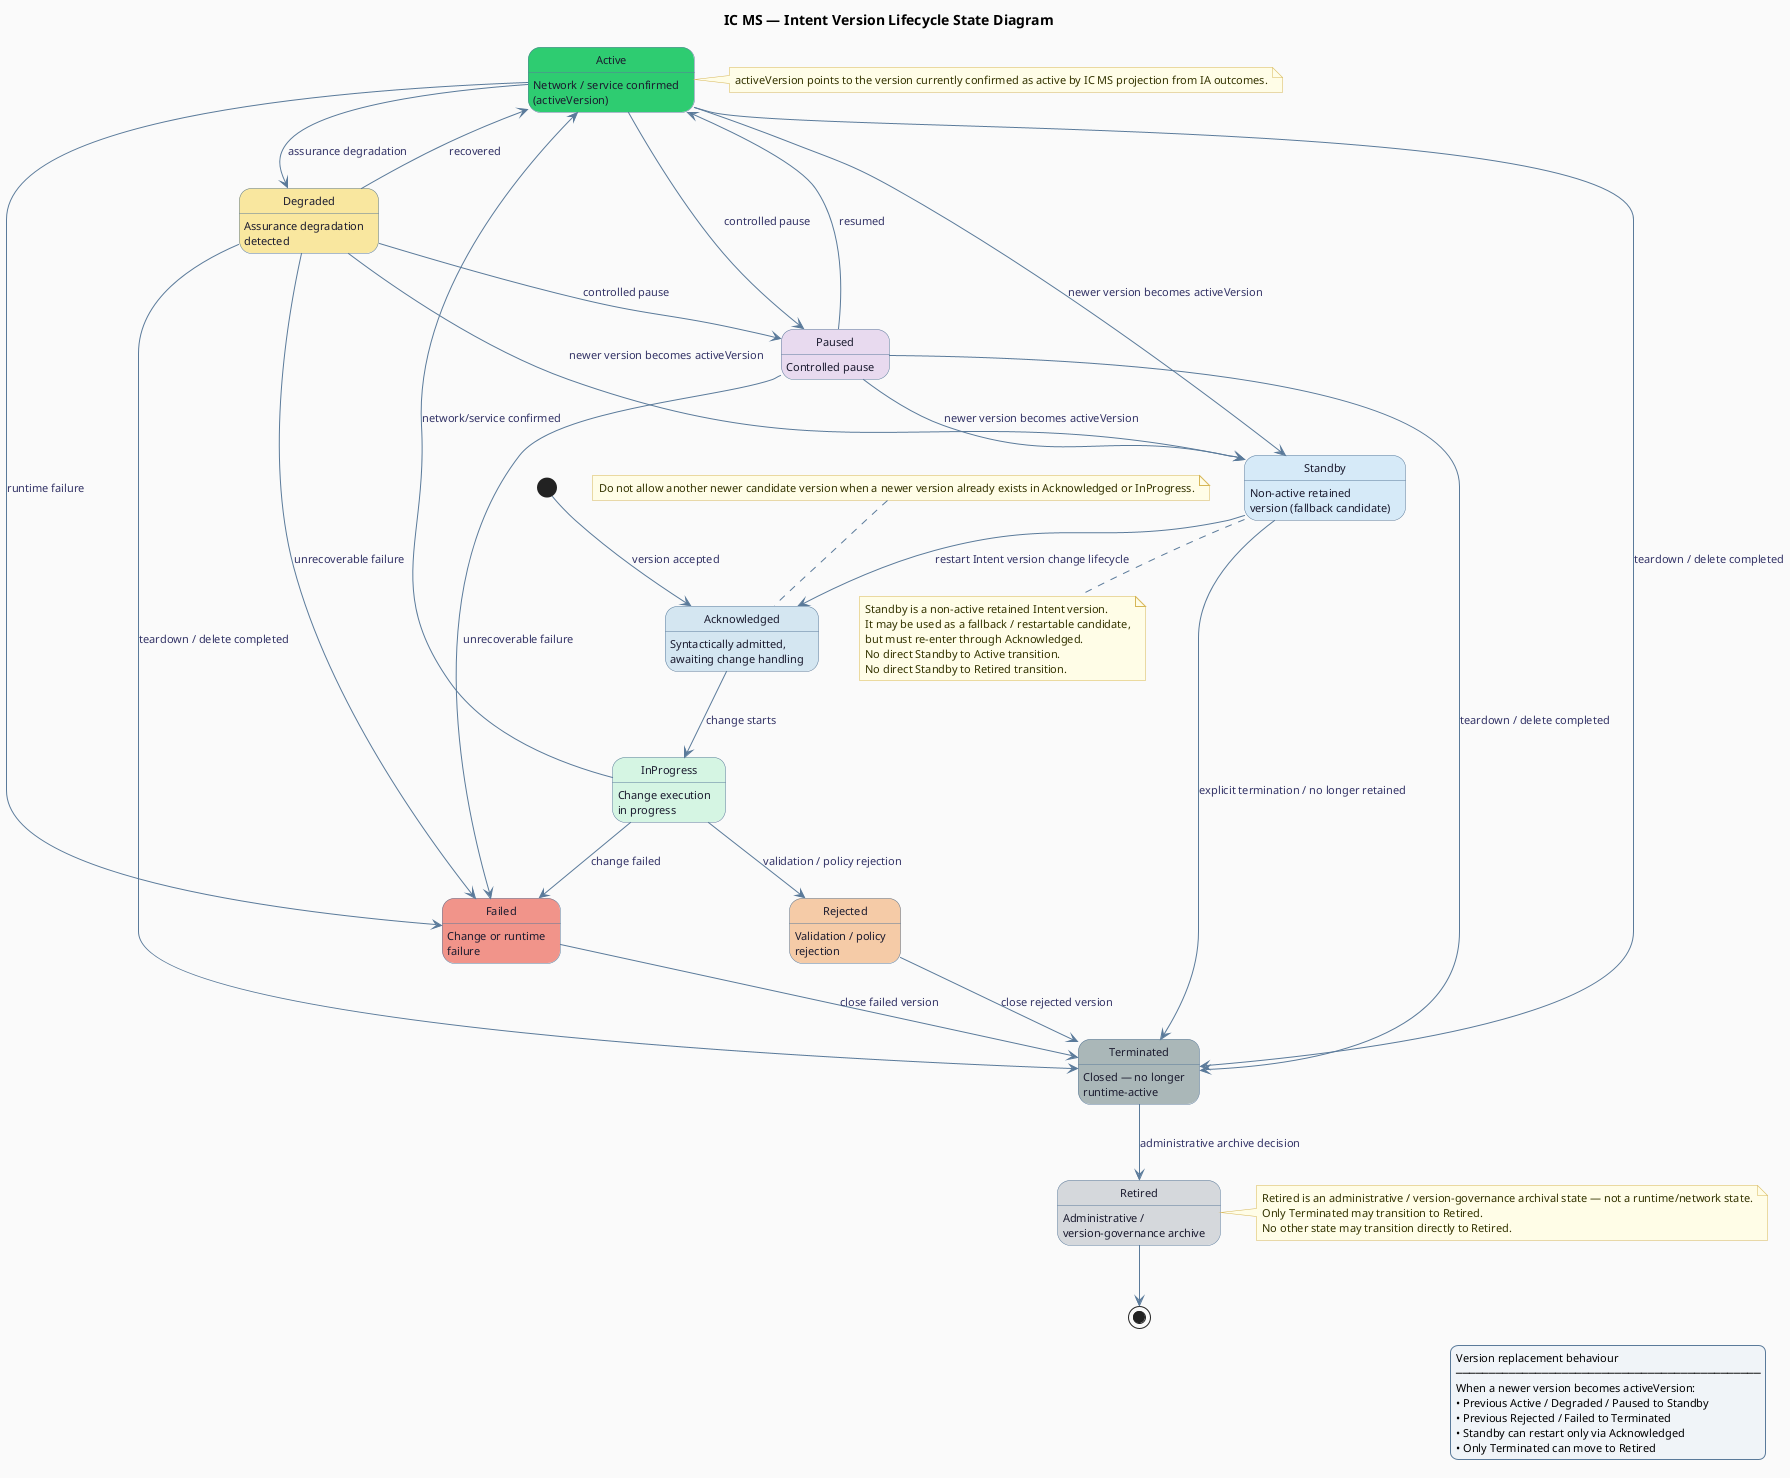
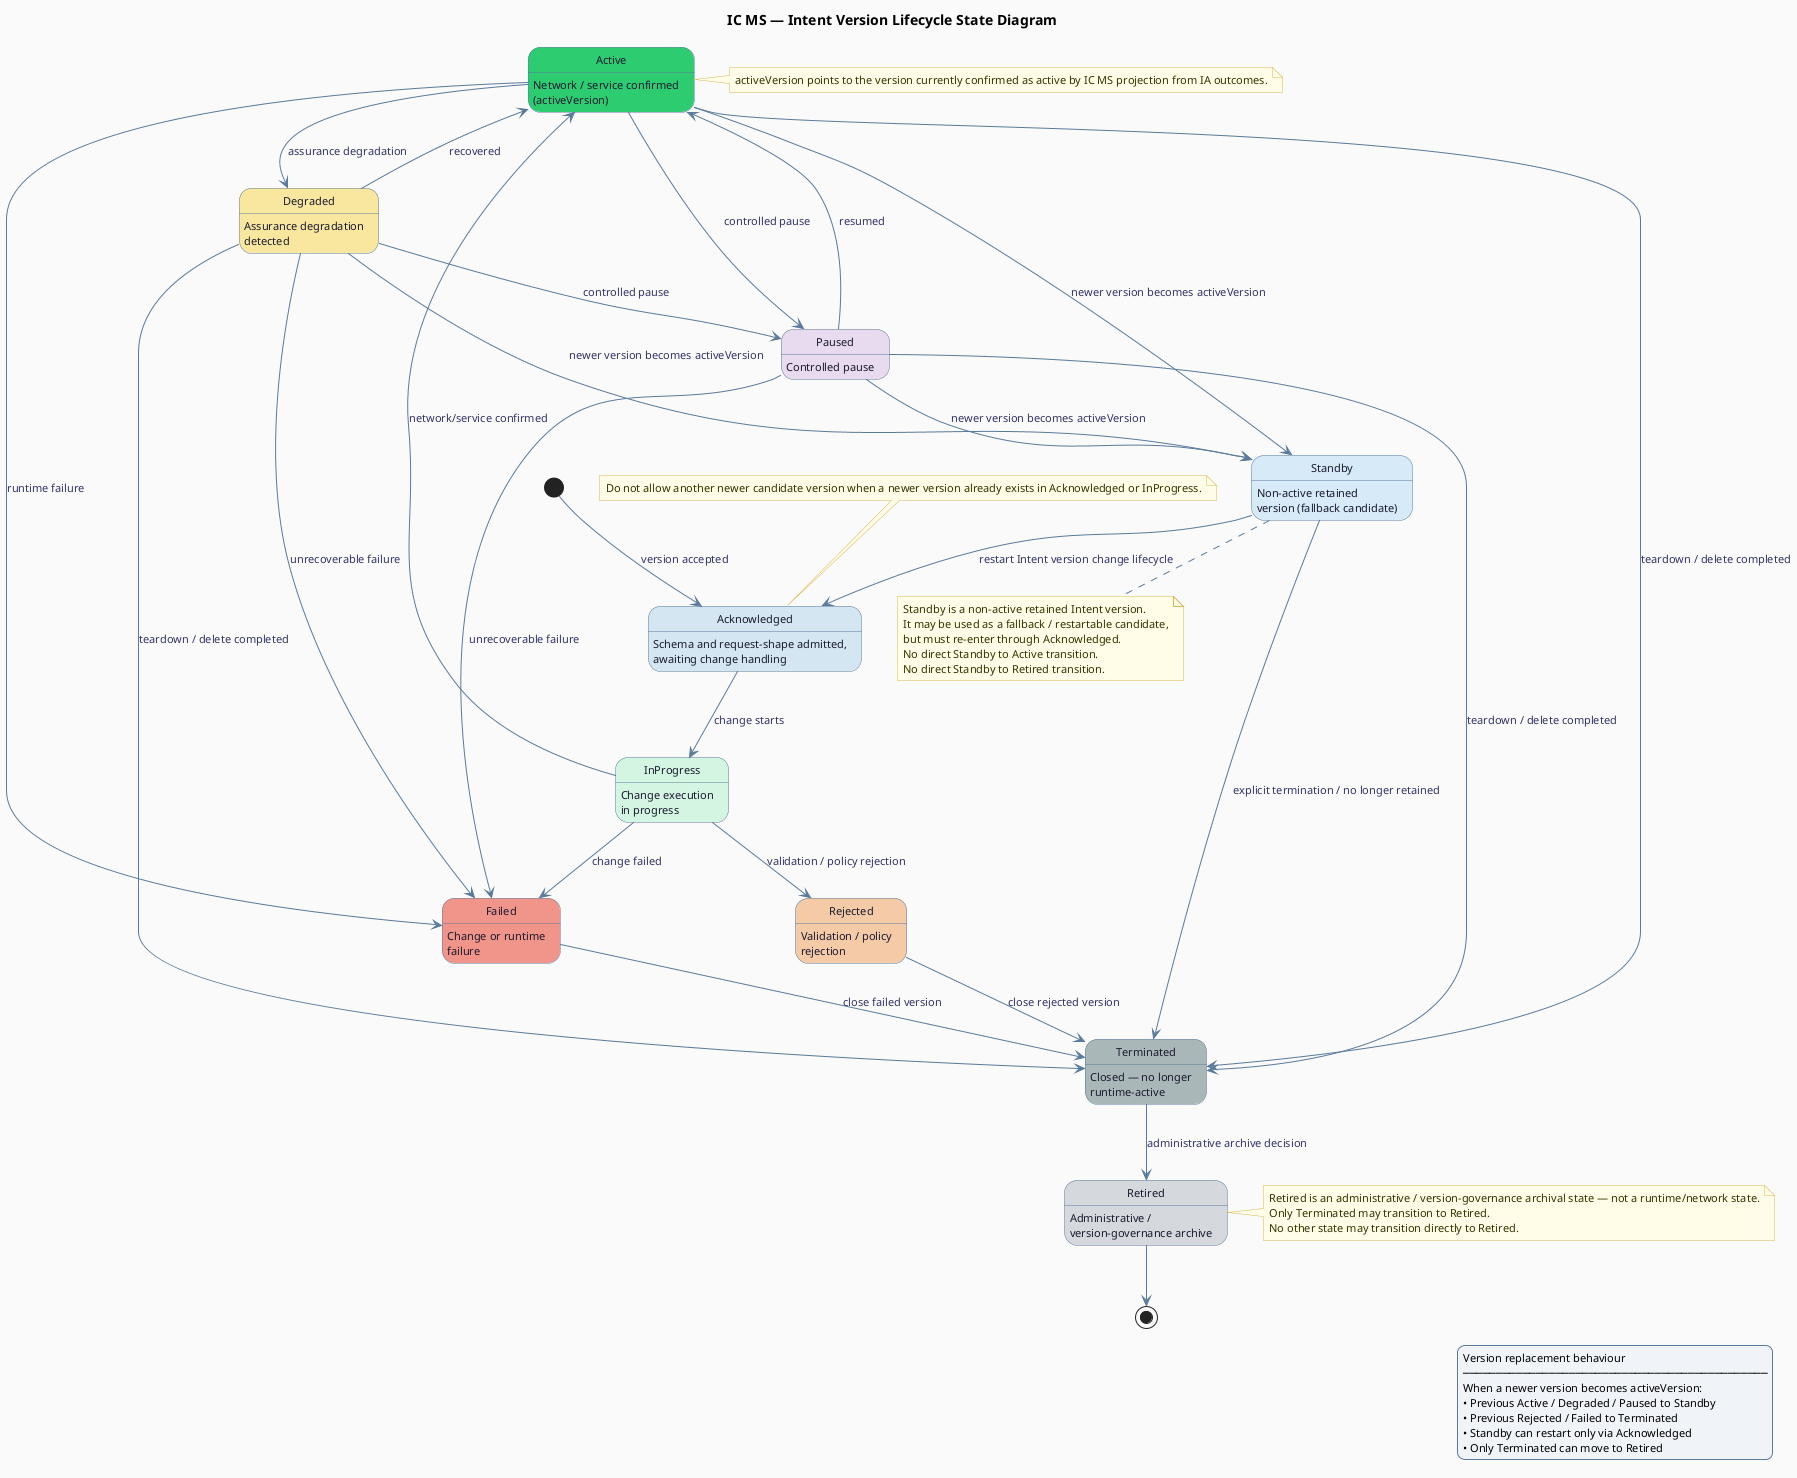
@startuml
' IC MS Intent Version Lifecycle State Diagram
hide empty description

skinparam shadowing false
skinparam backgroundColor #FAFAFA
skinparam state {
  BackgroundColor #FFFFFF
  BorderColor #5a7a9a
  FontSize 12
  FontColor #1a1a2e
  ArrowColor #5a7a9a
  ArrowFontSize 11
  ArrowFontColor #333366
  AttributeFontSize 11
}
skinparam note {
  BackgroundColor #fffde7
  BorderColor #d6b656
  FontSize 11
  FontColor #333300
}
skinparam legend {
  BackgroundColor #f0f4f8
  BorderColor #5a7a9a
  FontSize 11
}

title IC MS — Intent Version Lifecycle State Diagram

' ── Entry ──────────────────────────────────────────────────────────────────
[*] --> Acknowledged : version accepted

' ── States ────────────────────────────────────────────────────────────────
- state Acknowledged #d4e6f1 : Syntactically admitted,\nawaiting change handling
+ state Acknowledged #d4e6f1 : Schema and request-shape admitted,\nawaiting change handling
state InProgress #d5f5e3 : Change execution\nin progress
state Active #2ecc71 : Network / service confirmed\n(activeVersion)
state Degraded #f9e79f : Assurance degradation\ndetected
state Paused #e8daef : Controlled pause
state Standby #d6eaf8 : Non-active retained\nversion (fallback candidate)
state Rejected #f5cba7 : Validation / policy\nrejection
state Failed #f1948a : Change or runtime\nfailure
state Terminated #aab7b8 : Closed — no longer\nruntime-active
state Retired #d5d8dc : Administrative /\nversion-governance archive

' ── Primary version change lifecycle ───────────────────────────────────────
Acknowledged --> InProgress : change starts
InProgress --> Active : network/service confirmed
InProgress --> Failed : change failed
InProgress --> Rejected : validation / policy rejection

' ── Operational runtime lifecycle ──────────────────────────────────────────
Active --> Degraded : assurance degradation
Active --> Paused : controlled pause
Active --> Failed : runtime failure
Active --> Terminated : teardown / delete completed
Active --> Standby : newer version becomes activeVersion

Degraded --> Active : recovered
Degraded --> Paused : controlled pause
Degraded --> Failed : unrecoverable failure
Degraded --> Terminated : teardown / delete completed
Degraded --> Standby : newer version becomes activeVersion

Paused --> Active : resumed
Paused --> Failed : unrecoverable failure
Paused --> Terminated : teardown / delete completed
Paused --> Standby : newer version becomes activeVersion

' ── Closure and governance lifecycle ───────────────────────────────────────
Rejected --> Terminated : close rejected version
Failed --> Terminated : close failed version
Standby --> Acknowledged : restart Intent version change lifecycle
Standby --> Terminated : explicit termination / no longer retained
Terminated --> Retired : administrative archive decision
Retired --> [*]

' ── Notes ─────────────────────────────────────────────────────────────────
note top of Acknowledged
Do not allow another newer candidate version when a newer version already exists in Acknowledged or InProgress.
end note

note right of Active
activeVersion points to the version currently confirmed as active by IC MS projection from IA outcomes.
end note

note bottom of Standby
Standby is a non-active retained Intent version.
It may be used as a fallback / restartable candidate,
but must re-enter through Acknowledged.
No direct Standby to Active transition.
No direct Standby to Retired transition.
end note

note right of Retired
Retired is an administrative / version-governance archival state — not a runtime/network state.
Only Terminated may transition to Retired.
No other state may transition directly to Retired.
end note

legend right
Version replacement behaviour
──────────────────────────────────────────────
When a newer version becomes activeVersion:
• Previous Active / Degraded / Paused to Standby
• Previous Rejected / Failed to Terminated
• Standby can restart only via Acknowledged
• Only Terminated can move to Retired
endlegend

@enduml
